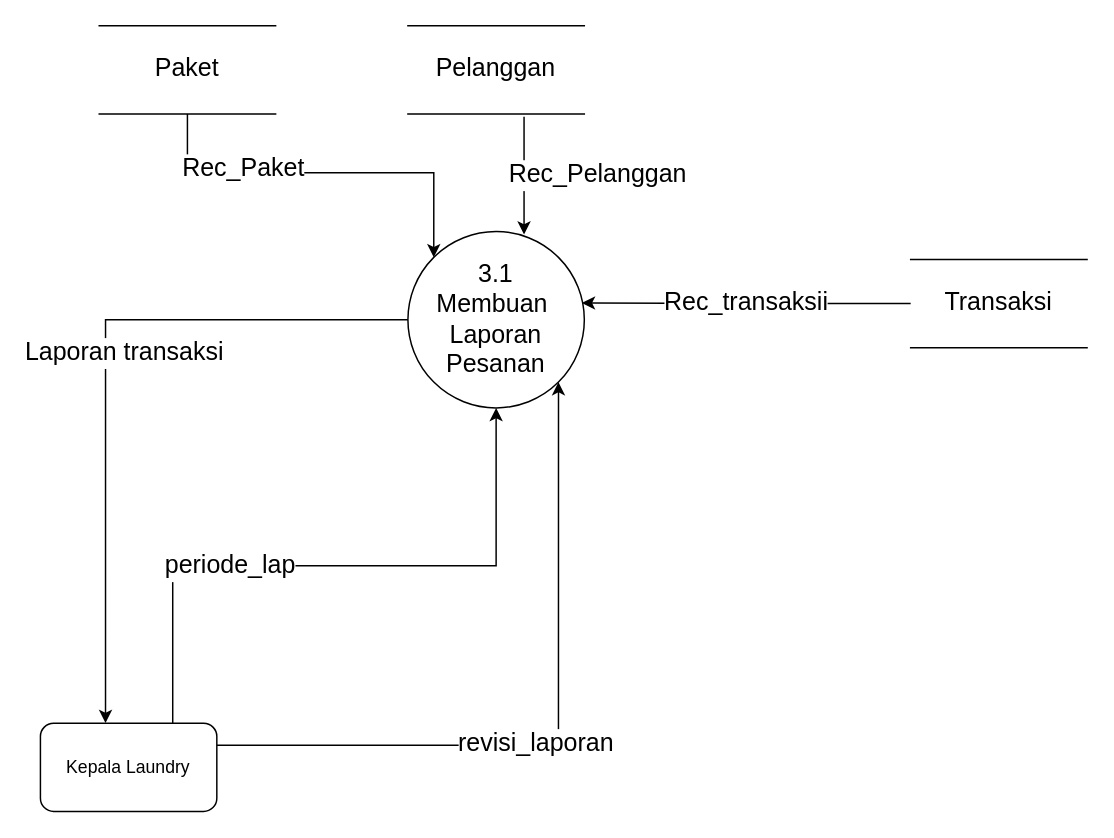
Earlier version of the draw.io diagram page "Halaman-5" (5 of 5) of Diagram Tanpa Judul.drawio (OkyErsan24/pesan_bioskop). Source tidied: cells renumbered, new cells numbered last; positions are measured from the earlier drawing's top-left corner, leaving out a move shared by most shapes. Both pictures are drawn from the tidied source at 147%, with x=0, y=0 at pixel (40, 25).
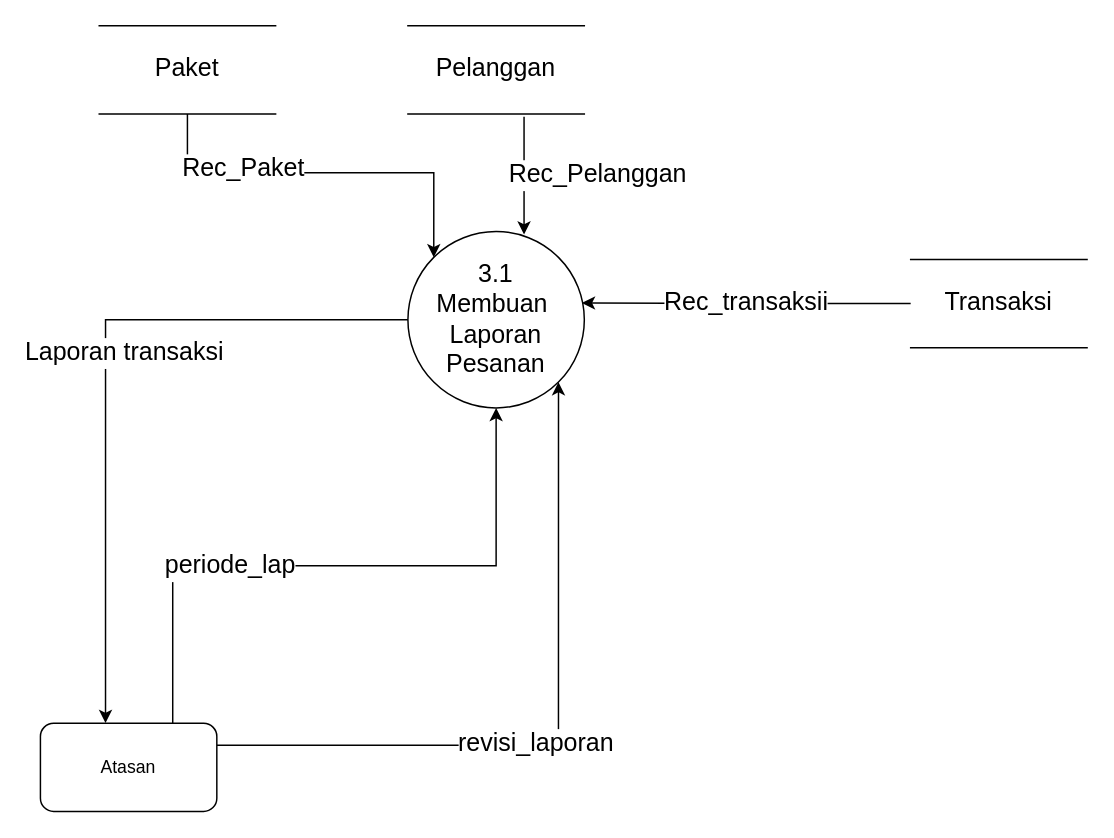
Above is the later version.

Diff of the diagram source:
```diff
@@
-    <mxCell id="8" value="Kepala Laundry" style="rounded=1;whiteSpace=wrap;html=1;" parent="1" vertex="1">
+    <mxCell id="8" value="Atasan" style="rounded=1;whiteSpace=wrap;html=1;" parent="1" vertex="1">
       <mxGeometry y="474.5" width="120" height="60" as="geometry" />
     </mxCell>
```
